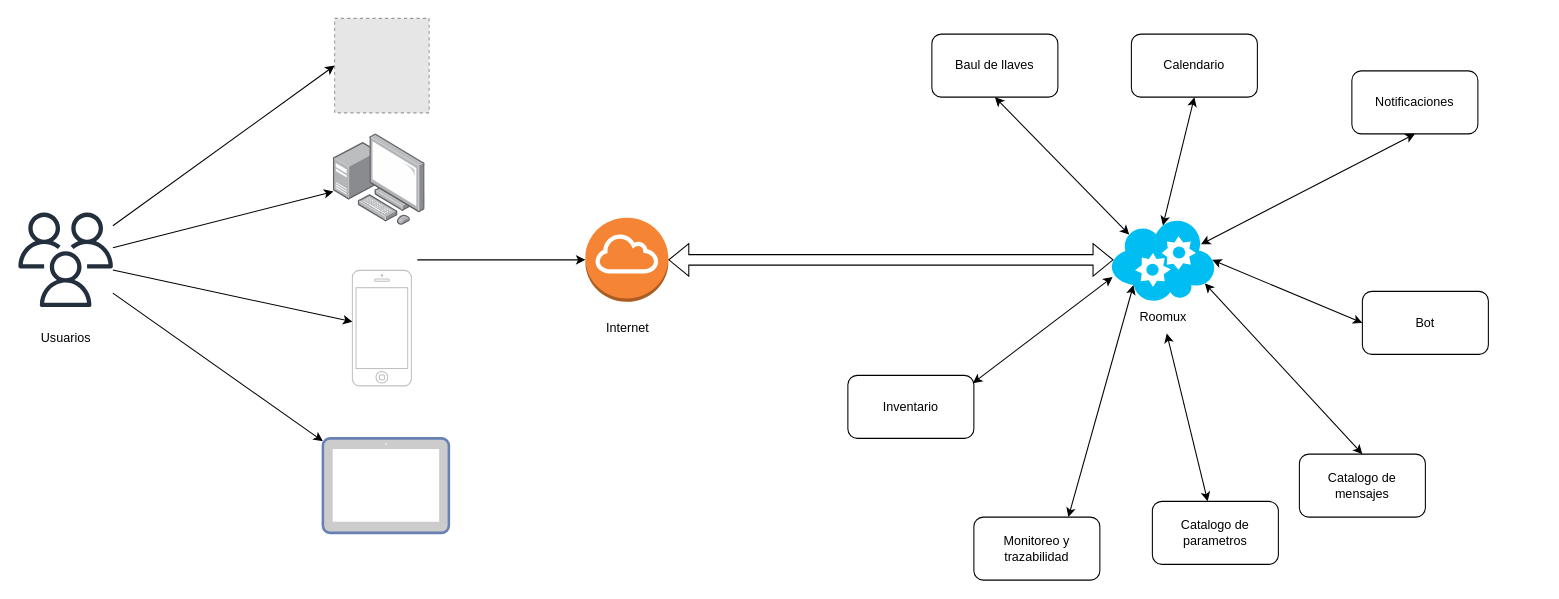
Earlier version of the draw.io diagram Diagrama de Contexto Roomux.drawio (alejoDev117/IngenieriaDeSoftwareIIDocumentacion). Source tidied: cells renumbered, new cells numbered last; positions are measured from the earlier drawing's top-left corner, leaving out a move shared by most shapes. Both pictures are drawn from the tidied source at 105%, with x=0, y=0 at pixel (18, 18). Pictures stored in the file or linked from it are replaced by grey dashed boxes.
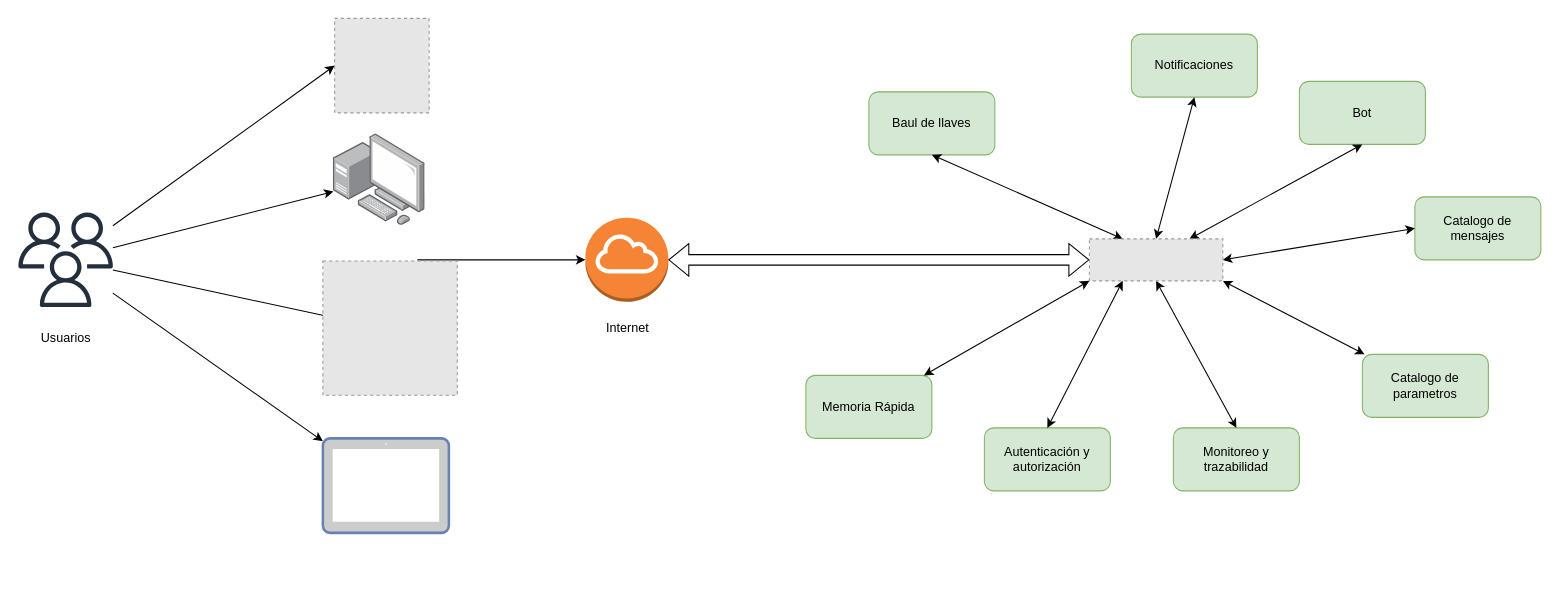
The same diagram, later.

The change refers to these unchanged cells:
```xml
<mxCell id="2" style="sketch=0;outlineConnect=0;fontColor=#232F3E;gradientColor=none;fillColor=#232F3D;strokeColor=none;dashed=0;verticalLabelPosition=bottom;verticalAlign=top;align=center;html=1;fontSize=12;fontStyle=0;shape=mxgraph.aws4.users;" parent="1" vertex="1">
  <mxGeometry y="185" width="90" height="90" as="geometry" />
</mxCell>
<mxCell id="7" style="outlineConnect=0;dashed=0;verticalLabelPosition=bottom;verticalAlign=top;align=center;html=1;shape=mxgraph.aws3.internet_gateway;fillColor=#F58534;gradientColor=none;" parent="1" vertex="1">
  <mxGeometry x="540" y="190" width="79" height="80" as="geometry" />
</mxCell>
```

Diff of the diagram source:
```diff
@@
-    <mxCell id="4" style="html=1;verticalLabelPosition=bottom;labelBackgroundColor=#ffffff;verticalAlign=top;shadow=0;dashed=0;strokeWidth=1;shape=mxgraph.ios7.misc.iphone;strokeColor=#c0c0c0;" parent="1" vertex="1">
-      <mxGeometry x="318.1" y="240" width="56.2" height="110" as="geometry" />
-    </mxCell>
@@
-    <mxCell id="11" style="endArrow=classic;html=1;rounded=0;" parent="1" edge="1" source="2" target="4">
-      <mxGeometry relative="1" as="geometry" />
+    <mxCell id="11" style="endArrow=classic;html=1;rounded=0;" parent="1" edge="1" source="2">
+      <mxGeometry relative="1" as="geometry">
+        <mxPoint x="318.1" y="288.9" as="targetPoint" />
+      </mxGeometry>
     </mxCell>
@@
-    <mxCell id="15" style="verticalLabelPosition=bottom;html=1;verticalAlign=top;align=center;strokeColor=none;fillColor=#00BEF2;shape=mxgraph.azure.cloud_service;" parent="1" vertex="1">
-      <mxGeometry x="1040" y="190" width="100" height="80" as="geometry" />
-    </mxCell>
-    <mxCell id="16" value="&lt;span style=&quot;background-color: rgb(255, 255, 255);&quot;&gt;Roomux&lt;/span&gt;" style="text;html=1;align=center;verticalAlign=middle;points=[];strokeColor=none;fillColor=none;" parent="1" vertex="1">
-      <mxGeometry x="1055" y="270" width="70" height="30" as="geometry" />
-    </mxCell>
-    <mxCell id="17" value="Notificaciones" style="rounded=1;whiteSpace=wrap;html=1;" parent="1" vertex="1">
-      <mxGeometry x="1270" y="50" width="120" height="60" as="geometry" />
+    <mxCell id="17" value="Notificaciones" style="rounded=1;whiteSpace=wrap;html=1;fillColor=#d5e8d4;strokeColor=#82b366;" parent="1" vertex="1">
+      <mxGeometry x="1060" y="15" width="120" height="60" as="geometry" />
     </mxCell>
-    <mxCell id="18" value="Bot" style="rounded=1;whiteSpace=wrap;html=1;" parent="1" vertex="1">
-      <mxGeometry x="1280" y="260" width="120" height="60" as="geometry" />
+    <mxCell id="18" value="Bot" style="rounded=1;whiteSpace=wrap;html=1;fillColor=#d5e8d4;strokeColor=#82b366;" parent="1" vertex="1">
+      <mxGeometry x="1220" y="60" width="120" height="60" as="geometry" />
     </mxCell>
-    <mxCell id="19" value="Catalogo de mensajes" style="rounded=1;whiteSpace=wrap;html=1;" parent="1" vertex="1">
-      <mxGeometry x="1220" y="415" width="120" height="60" as="geometry" />
+    <mxCell id="19" value="Catalogo de mensajes" style="rounded=1;whiteSpace=wrap;html=1;fillColor=#d5e8d4;strokeColor=#82b366;" parent="1" vertex="1">
+      <mxGeometry x="1330" y="170" width="120" height="60" as="geometry" />
     </mxCell>
-    <mxCell id="20" value="Catalogo de parametros" style="rounded=1;whiteSpace=wrap;html=1;" parent="1" vertex="1">
-      <mxGeometry x="1080" y="460" width="120" height="60" as="geometry" />
+    <mxCell id="20" value="Catalogo de parametros" style="rounded=1;whiteSpace=wrap;html=1;fillColor=#d5e8d4;strokeColor=#82b366;" parent="1" vertex="1">
+      <mxGeometry x="1280" y="320" width="120" height="60" as="geometry" />
     </mxCell>
-    <mxCell id="21" value="Baul de llaves" style="rounded=1;whiteSpace=wrap;html=1;" parent="1" vertex="1">
-      <mxGeometry x="870" y="15" width="120" height="60" as="geometry" />
+    <mxCell id="21" value="Baul de llaves" style="rounded=1;whiteSpace=wrap;html=1;fillColor=#d5e8d4;strokeColor=#82b366;" parent="1" vertex="1">
+      <mxGeometry x="810" y="70" width="120" height="60" as="geometry" />
     </mxCell>
-    <mxCell id="22" style="endArrow=classic;startArrow=classic;html=1;rounded=0;entryX=0.18;entryY=0.2;entryDx=0;entryDy=0;entryPerimeter=0;exitX=0.5;exitY=1;exitDx=0;exitDy=0;" parent="1" edge="1" source="21" target="15">
+    <mxCell id="22" style="endArrow=classic;startArrow=classic;html=1;rounded=0;entryX=0.25;entryY=0;entryDx=0;entryDy=0;exitX=0.5;exitY=1;exitDx=0;exitDy=0;" parent="1" edge="1" source="21" target="34">
       <mxGeometry relative="1" as="geometry" />
     </mxCell>
-    <mxCell id="23" style="endArrow=classic;startArrow=classic;html=1;rounded=0;entryX=0.5;entryY=1;entryDx=0;entryDy=0;exitX=0.863;exitY=0.315;exitDx=0;exitDy=0;exitPerimeter=0;" parent="1" edge="1" source="15" target="17">
+    <mxCell id="23" style="endArrow=classic;startArrow=classic;html=1;rounded=0;entryX=0.5;entryY=1;entryDx=0;entryDy=0;exitX=0.5;exitY=0;exitDx=0;exitDy=0;" parent="1" edge="1" source="34" target="17">
       <mxGeometry relative="1" as="geometry" />
     </mxCell>
-    <mxCell id="24" style="endArrow=classic;startArrow=classic;html=1;rounded=0;entryX=0;entryY=0.5;entryDx=0;entryDy=0;exitX=0.97;exitY=0.5;exitDx=0;exitDy=0;exitPerimeter=0;" parent="1" edge="1" source="15" target="18">
+    <mxCell id="24" style="endArrow=classic;startArrow=classic;html=1;rounded=0;entryX=0.5;entryY=1;entryDx=0;entryDy=0;exitX=0.75;exitY=0;exitDx=0;exitDy=0;" parent="1" edge="1" source="34" target="18">
       <mxGeometry relative="1" as="geometry" />
     </mxCell>
-    <mxCell id="25" style="endArrow=classic;startArrow=classic;html=1;rounded=0;entryX=0.5;entryY=0;entryDx=0;entryDy=0;exitX=0.9;exitY=0.78;exitDx=0;exitDy=0;exitPerimeter=0;" parent="1" edge="1" source="15" target="19">
+    <mxCell id="25" style="endArrow=classic;startArrow=classic;html=1;rounded=0;entryX=0;entryY=0.5;entryDx=0;entryDy=0;exitX=1;exitY=0.5;exitDx=0;exitDy=0;" parent="1" edge="1" source="34" target="19">
       <mxGeometry relative="1" as="geometry" />
     </mxCell>
-    <mxCell id="26" style="endArrow=classic;startArrow=classic;html=1;rounded=0;" parent="1" edge="1" source="20" target="16">
+    <mxCell id="26" style="endArrow=classic;startArrow=classic;html=1;rounded=0;entryX=1;entryY=1;entryDx=0;entryDy=0;" parent="1" edge="1" source="20" target="34">
       <mxGeometry relative="1" as="geometry" />
     </mxCell>
-    <mxCell id="27" style="shape=flexArrow;endArrow=classic;startArrow=classic;html=1;rounded=0;entryX=0.03;entryY=0.5;entryDx=0;entryDy=0;entryPerimeter=0;exitX=1;exitY=0.5;exitDx=0;exitDy=0;exitPerimeter=0;" parent="1" edge="1" source="7" target="15">
+    <mxCell id="27" style="shape=flexArrow;endArrow=classic;startArrow=classic;html=1;rounded=0;entryX=0;entryY=0.5;entryDx=0;entryDy=0;exitX=1;exitY=0.5;exitDx=0;exitDy=0;exitPerimeter=0;" parent="1" edge="1" source="7" target="34">
       <mxGeometry relative="1" as="geometry" />
     </mxCell>
-    <mxCell id="28" value="Monitoreo y trazabilidad" style="rounded=1;whiteSpace=wrap;html=1;" parent="1" vertex="1">
-      <mxGeometry x="910" y="475" width="120" height="60" as="geometry" />
+    <mxCell id="28" value="Monitoreo y trazabilidad" style="rounded=1;whiteSpace=wrap;html=1;fillColor=#d5e8d4;strokeColor=#82b366;" parent="1" vertex="1">
+      <mxGeometry x="1100" y="390" width="120" height="60" as="geometry" />
     </mxCell>
-    <mxCell id="29" style="endArrow=classic;startArrow=classic;html=1;rounded=0;entryX=0.22;entryY=0.8;entryDx=0;entryDy=0;entryPerimeter=0;exitX=0.75;exitY=0;exitDx=0;exitDy=0;" parent="1" edge="1" source="28" target="15">
+    <mxCell id="29" style="endArrow=classic;startArrow=classic;html=1;rounded=0;entryX=0.5;entryY=1;entryDx=0;entryDy=0;exitX=0.5;exitY=0;exitDx=0;exitDy=0;" parent="1" edge="1" source="28" target="34">
       <mxGeometry relative="1" as="geometry" />
     </mxCell>
-    <mxCell id="30" value="Calendario" style="rounded=1;whiteSpace=wrap;html=1;" parent="1" vertex="1">
-      <mxGeometry x="1060" y="15" width="120" height="60" as="geometry" />
-    </mxCell>
-    <mxCell id="31" style="endArrow=classic;startArrow=classic;html=1;rounded=0;entryX=0.5;entryY=1;entryDx=0;entryDy=0;exitX=0.5;exitY=0.09;exitDx=0;exitDy=0;exitPerimeter=0;" parent="1" edge="1" source="15" target="30">
-      <mxGeometry relative="1" as="geometry" />
-    </mxCell>
-    <mxCell id="32" value="Inventario" style="rounded=1;whiteSpace=wrap;html=1;" parent="1" vertex="1">
-      <mxGeometry x="790" y="340" width="120" height="60" as="geometry" />
-    </mxCell>
-    <mxCell id="33" style="endArrow=classic;startArrow=classic;html=1;rounded=0;entryX=0.021;entryY=0.705;entryDx=0;entryDy=0;entryPerimeter=0;exitX=0.992;exitY=0.124;exitDx=0;exitDy=0;exitPerimeter=0;" parent="1" edge="1" source="32" target="15">
-      <mxGeometry relative="1" as="geometry" />
-    </mxCell>
+    <mxCell id="34" style="fillColor=#E6E6E6;strokeColor=#999999;dashed=1;verticalLabelPosition=bottom;labelBackgroundColor=default;verticalAlign=top;" parent="1" vertex="1">
+      <mxGeometry x="1020" y="210" width="127.1" height="40" as="geometry" />
+    </mxCell>
+    <mxCell id="35" value="Memoria Rápida" style="rounded=1;whiteSpace=wrap;html=1;fillColor=#d5e8d4;strokeColor=#82b366;" parent="1" vertex="1">
+      <mxGeometry x="750" y="340" width="120" height="60" as="geometry" />
+    </mxCell>
+    <mxCell id="36" style="endArrow=classic;startArrow=classic;html=1;rounded=0;entryX=0;entryY=1;entryDx=0;entryDy=0;" parent="1" edge="1" source="35" target="34">
+      <mxGeometry relative="1" as="geometry" />
+    </mxCell>
+    <mxCell id="37" value="Autenticación y autorización" style="rounded=1;whiteSpace=wrap;html=1;fillColor=#d5e8d4;strokeColor=#82b366;" parent="1" vertex="1">
+      <mxGeometry x="920" y="390" width="120" height="60" as="geometry" />
+    </mxCell>
+    <mxCell id="38" style="endArrow=classic;startArrow=classic;html=1;rounded=0;entryX=0.25;entryY=1;entryDx=0;entryDy=0;exitX=0.5;exitY=0;exitDx=0;exitDy=0;" parent="1" edge="1" source="37" target="34">
+      <mxGeometry relative="1" as="geometry" />
+    </mxCell>
+    <mxCell id="39" style="fillColor=#E6E6E6;strokeColor=#999999;dashed=1;html=1;verticalAlign=top;verticalLabelPosition=bottom;labelBackgroundColor=#ffffff;" parent="1" vertex="1">
+      <mxGeometry x="290" y="231" width="128" height="128" as="geometry" />
+    </mxCell>
```
